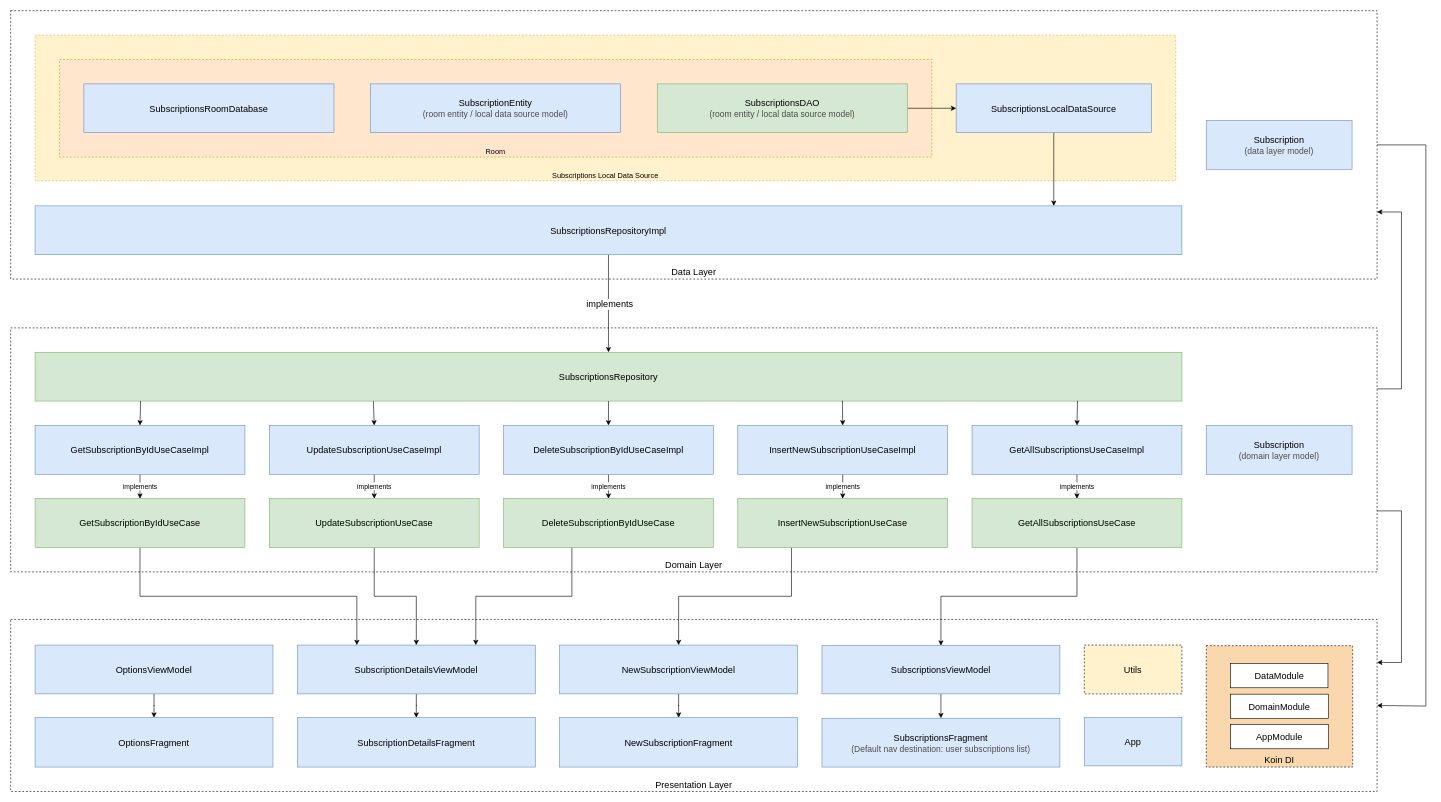
Above: architecture/Subscriptions Manager App Architecture Diagram.drawio in karateka-git/subscriptions-manager (draw.io), before the change. Source tidied: cells renumbered, new cells numbered last; positions are measured from the earlier drawing's top-left corner, leaving out a move shared by most shapes. Both pictures are drawn from the tidied source at 61%, with x=0, y=0 at pixel (10, 10).
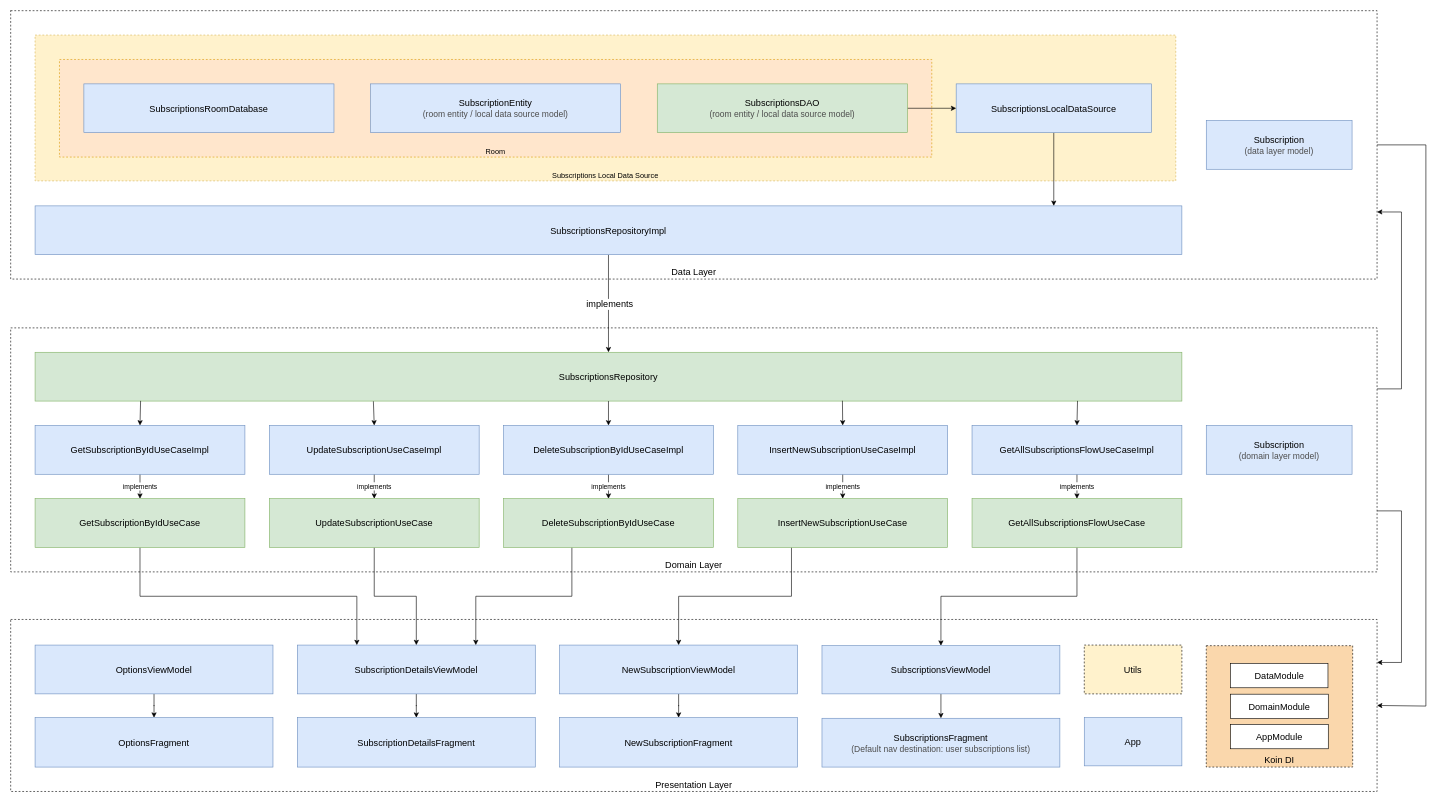
The same page after the edit.

Commit message (it also covers changes not shown here):
WIP implementing subscriptions import/export

The edit, as a diff of the source:
```diff
@@
-    <mxCell id="28" value="GetAllSubscriptionsUseCaseImpl" style="rounded=0;whiteSpace=wrap;html=1;fontSize=15;fillColor=#dae8fc;strokeColor=#6c8ebf;" parent="1" vertex="1">
+    <mxCell id="28" value="GetAllSubscriptionsFlowUseCaseImpl" style="rounded=0;whiteSpace=wrap;html=1;fontSize=15;fillColor=#dae8fc;strokeColor=#6c8ebf;" parent="1" vertex="1">
       <mxGeometry x="1576" y="680" width="344" height="80" as="geometry" />
     </mxCell>
@@
-    <mxCell id="56" value="GetAllSubscriptionsUseCase" style="rounded=0;whiteSpace=wrap;html=1;fontSize=15;fillColor=#d5e8d4;strokeColor=#82b366;" parent="1" vertex="1">
+    <mxCell id="56" value="GetAllSubscriptionsFlowUseCase" style="rounded=0;whiteSpace=wrap;html=1;fontSize=15;fillColor=#d5e8d4;strokeColor=#82b366;" parent="1" vertex="1">
       <mxGeometry x="1576" y="800" width="344" height="80" as="geometry" />
     </mxCell>
```
